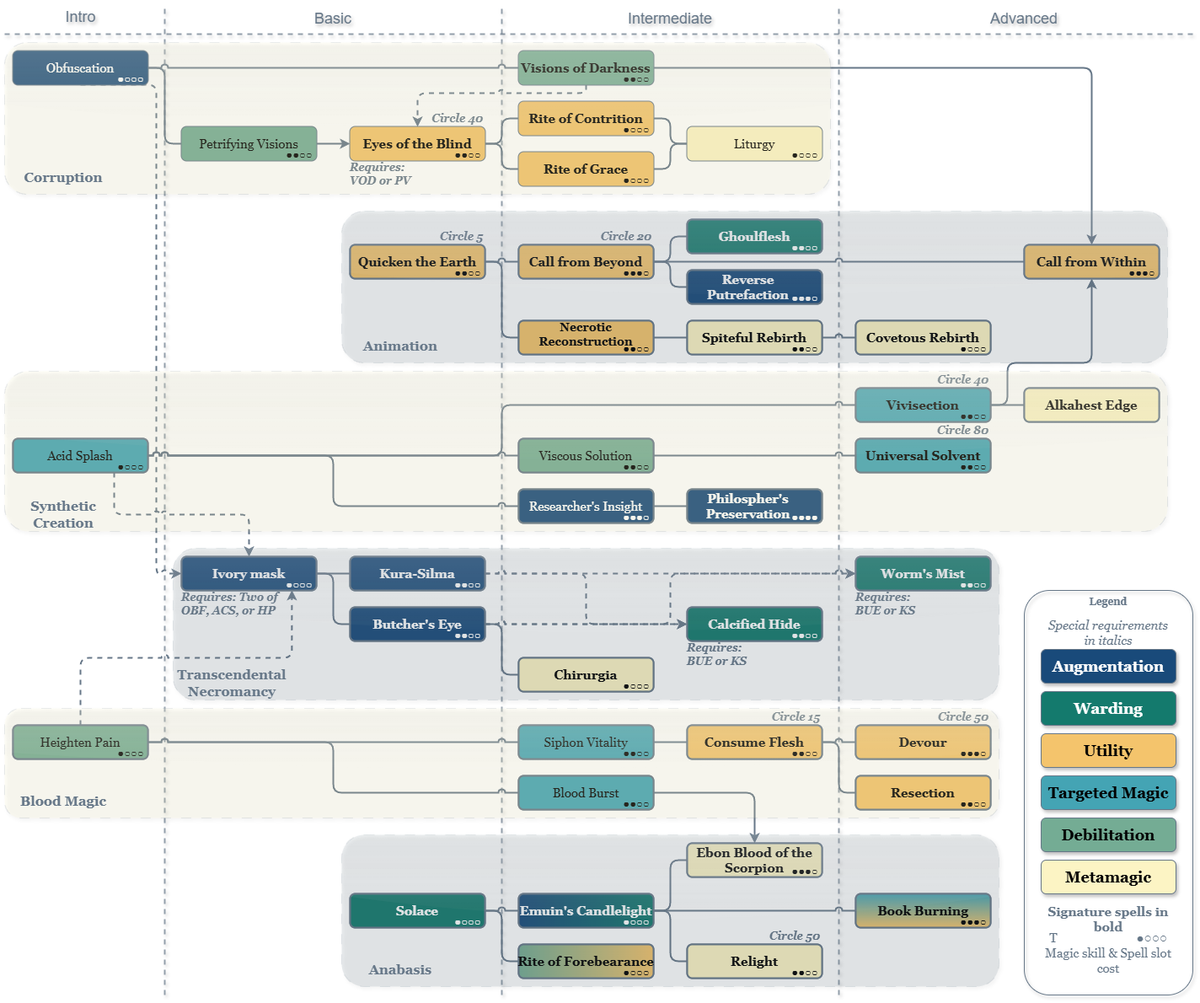
Above: Necromancer/Necromancer_RC13.png in hat071af/dr-spell-trees (draw.io), before the change. Source tidied: cells renumbered, new cells last; positions are measured from the earlier drawing's top-left corner, leaving out a move shared by most shapes.
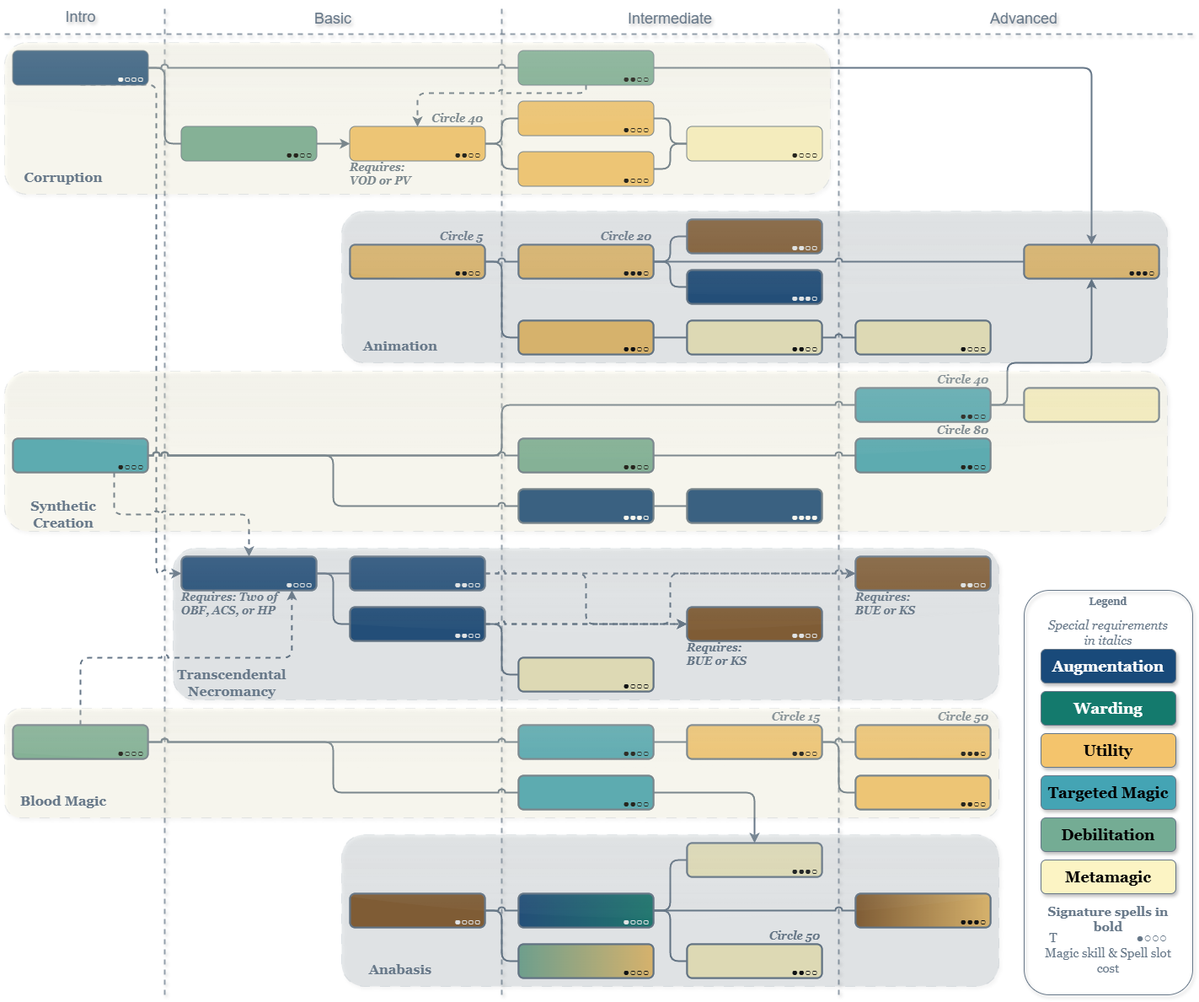
The same diagram one commit later.

What changed in the source:
```diff
@@ -359,7 +359,7 @@
     <mxCell id="112" style="rounded=1;whiteSpace=wrap;strokeWidth=2;strokeColor=none;textShadow=1;labelBackgroundColor=none;fillColor=#FCF4C4;shadow=0;" parent="105" vertex="1">
       <mxGeometry x="810" y="150" width="160" height="40" as="geometry" />
     </mxCell>
-    <mxCell id="113" style="rounded=1;whiteSpace=wrap;strokeWidth=2;strokeColor=#667788;textShadow=1;labelBackgroundColor=none;fillColor=#147A6D;" parent="105" vertex="1">
+    <mxCell id="113" style="rounded=1;whiteSpace=wrap;strokeWidth=2;strokeColor=#667788;textShadow=1;labelBackgroundColor=none;fillColor=#895b29;" parent="105" vertex="1">
       <mxGeometry x="810" y="260" width="160" height="40" as="geometry" />
     </mxCell>
     <mxCell id="114" style="rounded=1;whiteSpace=wrap;strokeWidth=2;strokeColor=#667788;textShadow=1;labelBackgroundColor=none;fillColor=#194A7A;" parent="105" vertex="1">
@@ -404,7 +404,7 @@
     <mxCell id="127" style="rounded=1;whiteSpace=wrap;strokeWidth=2;strokeColor=#667788;textShadow=1;labelBackgroundColor=none;fillColor=#44A4B4;" parent="105" vertex="1">
       <mxGeometry x="10" y="520" width="160" height="40" as="geometry" />
     </mxCell>
-    <mxCell id="128" style="rounded=1;whiteSpace=wrap;strokeWidth=2;strokeColor=#667788;textShadow=1;labelBackgroundColor=none;fillColor=#147A6D;" parent="105" vertex="1">
+    <mxCell id="128" style="rounded=1;whiteSpace=wrap;strokeWidth=2;strokeColor=#667788;textShadow=1;labelBackgroundColor=none;fillColor=#895b29;" parent="105" vertex="1">
       <mxGeometry x="1010" y="660" width="160" height="40" as="geometry" />
     </mxCell>
     <mxCell id="129" style="rounded=1;whiteSpace=wrap;strokeWidth=2;strokeColor=#667788;textShadow=1;labelBackgroundColor=none;fillColor=#194A7A;" parent="105" vertex="1">
@@ -416,7 +416,7 @@
     <mxCell id="131" style="rounded=1;whiteSpace=wrap;strokeWidth=2;strokeColor=#667788;textShadow=1;labelBackgroundColor=none;fillColor=#194A7A;" parent="105" vertex="1">
       <mxGeometry x="410" y="720" width="160" height="40" as="geometry" />
     </mxCell>
-    <mxCell id="132" style="rounded=1;whiteSpace=wrap;strokeWidth=2;strokeColor=#667788;textShadow=1;labelBackgroundColor=none;fillColor=#147A6D;" parent="105" vertex="1">
+    <mxCell id="132" style="rounded=1;whiteSpace=wrap;strokeWidth=2;strokeColor=#667788;textShadow=1;labelBackgroundColor=none;fillColor=#895b29;" parent="105" vertex="1">
       <mxGeometry x="810" y="720" width="160" height="40" as="geometry" />
     </mxCell>
     <mxCell id="133" style="rounded=1;whiteSpace=wrap;strokeWidth=2;strokeColor=#667788;textShadow=1;labelBackgroundColor=none;fillColor=#FCF4C4;" parent="105" vertex="1">
@@ -446,7 +446,7 @@
     <mxCell id="141" style="rounded=1;whiteSpace=wrap;strokeWidth=2;strokeColor=#667788;textShadow=1;labelBackgroundColor=none;fillColor=#194A7A;gradientColor=#147A6D;gradientDirection=east;" parent="105" vertex="1">
       <mxGeometry x="610" y="1060" width="160" height="40" as="geometry" />
     </mxCell>
-    <mxCell id="142" style="rounded=1;whiteSpace=wrap;strokeWidth=2;strokeColor=#667788;textShadow=1;labelBackgroundColor=none;fillColor=#147A6D;" parent="105" vertex="1">
+    <mxCell id="142" style="rounded=1;whiteSpace=wrap;strokeWidth=2;strokeColor=#667788;textShadow=1;labelBackgroundColor=none;fillColor=#895b29;" parent="105" vertex="1">
       <mxGeometry x="410" y="1060" width="160" height="40" as="geometry" />
     </mxCell>
     <mxCell id="143" style="rounded=1;whiteSpace=wrap;strokeWidth=2;strokeColor=#667788;textShadow=1;labelBackgroundColor=none;fillColor=#FCF4C4;" parent="105" vertex="1">
@@ -455,130 +455,9 @@
     <mxCell id="144" style="rounded=1;whiteSpace=wrap;strokeWidth=2;strokeColor=#667788;textShadow=1;labelBackgroundColor=none;fillColor=#74AC94;gradientColor=#F4C46C;gradientDirection=east;" parent="105" vertex="1">
       <mxGeometry x="610" y="1120" width="160" height="40" as="geometry" />
     </mxCell>
-    <mxCell id="145" style="rounded=1;whiteSpace=wrap;strokeWidth=2;strokeColor=#667788;textShadow=1;labelBackgroundColor=none;fillColor=#44A4B4;gradientColor=#F4C46C;" parent="105" vertex="1">
+    <mxCell id="145" style="rounded=1;whiteSpace=wrap;strokeWidth=2;strokeColor=#667788;textShadow=1;labelBackgroundColor=none;fillColor=#895b29;gradientColor=#F4C46C;gradientDirection=east;" parent="105" vertex="1">
       <mxGeometry x="1010" y="1060" width="160" height="40" as="geometry" />
     </mxCell>
-    <mxCell id="146" value="Spell name text" parent="0" />
-    <mxCell id="147" value="Obfuscation" style="text;align=center;verticalAlign=middle;whiteSpace=wrap;rounded=0;fontFamily=Georgia;fontSize=15;fontColor=#FFFFFF;labelBackgroundColor=none;fillColor=none;" parent="146" vertex="1">
-      <mxGeometry x="10" y="60" width="160" height="40" as="geometry" />
-    </mxCell>
-    <mxCell id="148" value="Petrifying Visions" style="text;align=center;verticalAlign=middle;whiteSpace=wrap;rounded=0;fontFamily=Georgia;fontSize=15;fontColor=#000000;labelBackgroundColor=none;fillColor=none;" parent="146" vertex="1">
-      <mxGeometry x="210" y="150" width="160" height="40" as="geometry" />
-    </mxCell>
-    <mxCell id="149" value="Eyes of the Blind" style="text;align=center;verticalAlign=middle;whiteSpace=wrap;rounded=0;fontFamily=Georgia;fontSize=15;fontColor=#000000;labelBackgroundColor=none;fontStyle=1;fillColor=none;" parent="146" vertex="1">
-      <mxGeometry x="410" y="150" width="160" height="40" as="geometry" />
-    </mxCell>
-    <mxCell id="150" value="Visions of Darkness" style="text;align=center;verticalAlign=middle;whiteSpace=wrap;rounded=0;fontFamily=Georgia;fontSize=15;fontColor=#000000;labelBackgroundColor=none;fontStyle=1;fillColor=none;" parent="146" vertex="1">
-      <mxGeometry x="610" y="60" width="160" height="40" as="geometry" />
-    </mxCell>
-    <mxCell id="151" value="Rite of Contrition" style="text;align=center;verticalAlign=middle;whiteSpace=wrap;rounded=0;fontFamily=Georgia;fontSize=15;fontColor=#000000;labelBackgroundColor=none;fontStyle=1;fillColor=none;" parent="146" vertex="1">
-      <mxGeometry x="610" y="120" width="160" height="40" as="geometry" />
-    </mxCell>
-    <mxCell id="152" value="Rite of Grace" style="text;align=center;verticalAlign=middle;whiteSpace=wrap;rounded=0;fontFamily=Georgia;fontSize=15;fontColor=#000000;labelBackgroundColor=none;fontStyle=1;fillColor=none;" parent="146" vertex="1">
-      <mxGeometry x="610" y="180" width="160" height="40" as="geometry" />
-    </mxCell>
-    <mxCell id="153" value="Liturgy" style="text;align=center;verticalAlign=middle;whiteSpace=wrap;rounded=0;fontFamily=Georgia;fontSize=15;fontColor=#000000;labelBackgroundColor=none;fillColor=none;" parent="146" vertex="1">
-      <mxGeometry x="810" y="150" width="160" height="40" as="geometry" />
-    </mxCell>
-    <mxCell id="154" value="Quicken the Earth" style="text;align=center;verticalAlign=middle;whiteSpace=wrap;rounded=0;fontFamily=Georgia;fontSize=15;fontColor=#000000;labelBackgroundColor=none;fontStyle=1;fillColor=none;" parent="146" vertex="1">
-      <mxGeometry x="410" y="290" width="160" height="40" as="geometry" />
-    </mxCell>
-    <mxCell id="155" value="Call from Beyond" style="text;align=center;verticalAlign=middle;whiteSpace=wrap;rounded=0;fontFamily=Georgia;fontSize=15;fontColor=#000000;labelBackgroundColor=none;fontStyle=1;fillColor=none;" parent="146" vertex="1">
-      <mxGeometry x="610" y="290" width="160" height="40" as="geometry" />
-    </mxCell>
-    <mxCell id="156" value="Ghoulflesh" style="text;align=center;verticalAlign=middle;whiteSpace=wrap;rounded=0;fontFamily=Georgia;fontSize=15;fontColor=#FFFFFF;labelBackgroundColor=none;fontStyle=1;fillColor=none;" parent="146" vertex="1">
-      <mxGeometry x="810" y="260" width="160" height="40" as="geometry" />
-    </mxCell>
-    <mxCell id="157" value="Necrotic Reconstruction" style="text;align=center;verticalAlign=middle;whiteSpace=wrap;rounded=0;fontFamily=Georgia;fontSize=14;fontColor=#000000;labelBackgroundColor=none;fontStyle=1;spacing=0;spacingBottom=8;fillColor=none;" parent="146" vertex="1">
-      <mxGeometry x="610" y="380" width="160" height="40" as="geometry" />
-    </mxCell>
-    <mxCell id="158" value="Reverse Putrefaction" style="text;align=center;verticalAlign=middle;whiteSpace=wrap;rounded=0;fontFamily=Georgia;fontSize=15;fontColor=#FFFFFF;labelBackgroundColor=none;fontStyle=1;fillColor=none;spacing=0;spacingBottom=0;spacingTop=0;spacingRight=15;" parent="146" vertex="1">
-      <mxGeometry x="810" y="320" width="160" height="40" as="geometry" />
-    </mxCell>
-    <mxCell id="159" value="Spiteful Rebirth" style="text;align=center;verticalAlign=middle;whiteSpace=wrap;rounded=0;fontFamily=Georgia;fontSize=15;fontColor=#000000;labelBackgroundColor=none;fontStyle=1;fillColor=none;" parent="146" vertex="1">
-      <mxGeometry x="810" y="380" width="160" height="40" as="geometry" />
-    </mxCell>
-    <mxCell id="160" value="Covetous Rebirth" style="text;align=center;verticalAlign=middle;whiteSpace=wrap;rounded=0;fontFamily=Georgia;fontSize=15;fontColor=#000000;labelBackgroundColor=none;fontStyle=1;fillColor=none;" parent="146" vertex="1">
-      <mxGeometry x="1010" y="380" width="160" height="40" as="geometry" />
-    </mxCell>
-    <mxCell id="161" value="Call from Within" style="text;align=center;verticalAlign=middle;whiteSpace=wrap;rounded=0;fontFamily=Georgia;fontSize=15;fontColor=#000000;labelBackgroundColor=none;fontStyle=1;fillColor=none;" parent="146" vertex="1">
-      <mxGeometry x="1210" y="290" width="160" height="40" as="geometry" />
-    </mxCell>
-    <mxCell id="162" value="Alkahest Edge" style="text;align=center;verticalAlign=middle;whiteSpace=wrap;rounded=0;fontFamily=Georgia;fontSize=15;fontColor=#000000;labelBackgroundColor=none;fontStyle=1;fillColor=none;" parent="146" vertex="1">
-      <mxGeometry x="1210" y="460" width="160" height="40" as="geometry" />
-    </mxCell>
-    <mxCell id="163" value="Vivisection" style="text;align=center;verticalAlign=middle;whiteSpace=wrap;rounded=0;fontFamily=Georgia;fontSize=15;fontColor=#000000;labelBackgroundColor=none;fontStyle=1;fillColor=none;" parent="146" vertex="1">
-      <mxGeometry x="1010" y="460" width="160" height="40" as="geometry" />
-    </mxCell>
-    <mxCell id="164" value="Universal Solvent" style="text;align=center;verticalAlign=middle;whiteSpace=wrap;rounded=0;fontFamily=Georgia;fontSize=15;fontColor=#000000;labelBackgroundColor=none;fontStyle=1;fillColor=none;" parent="146" vertex="1">
-      <mxGeometry x="1010" y="520" width="160" height="40" as="geometry" />
-    </mxCell>
-    <mxCell id="165" value="Philospher's Preservation" style="text;align=center;verticalAlign=middle;whiteSpace=wrap;rounded=0;fontFamily=Georgia;fontSize=15;fontColor=#FFFFFF;labelBackgroundColor=none;fontStyle=1;fillColor=none;spacing=0;spacingRight=15;" parent="146" vertex="1">
-      <mxGeometry x="810" y="580" width="160" height="40" as="geometry" />
-    </mxCell>
-    <mxCell id="166" value="Viscous Solution" style="text;align=center;verticalAlign=middle;whiteSpace=wrap;rounded=0;fontFamily=Georgia;fontSize=15;fontColor=#000000;labelBackgroundColor=none;fillColor=none;" parent="146" vertex="1">
-      <mxGeometry x="610" y="520" width="160" height="40" as="geometry" />
-    </mxCell>
-    <mxCell id="167" value="Researcher's Insight" style="text;align=center;verticalAlign=middle;whiteSpace=wrap;rounded=0;fontFamily=Georgia;fontSize=15;fontColor=#FFFFFF;labelBackgroundColor=none;fillColor=none;" parent="146" vertex="1">
-      <mxGeometry x="610" y="580" width="160" height="40" as="geometry" />
-    </mxCell>
-    <mxCell id="168" value="Acid Splash" style="text;align=center;verticalAlign=middle;whiteSpace=wrap;rounded=0;fontFamily=Georgia;fontSize=15;fontColor=#000000;labelBackgroundColor=none;fillColor=none;" parent="146" vertex="1">
-      <mxGeometry x="10" y="520" width="160" height="40" as="geometry" />
-    </mxCell>
-    <mxCell id="169" value="Ivory mask" style="text;align=center;verticalAlign=middle;whiteSpace=wrap;rounded=0;fontFamily=Georgia;fontSize=15;fontColor=#FFFFFF;labelBackgroundColor=none;fontStyle=1;fillColor=none;" parent="146" vertex="1">
-      <mxGeometry x="210" y="660" width="160" height="40" as="geometry" />
-    </mxCell>
-    <mxCell id="170" value="Kura-Silma" style="text;align=center;verticalAlign=middle;whiteSpace=wrap;rounded=0;fontFamily=Georgia;fontSize=15;fontColor=#FFFFFF;labelBackgroundColor=none;fontStyle=1;fillColor=none;" parent="146" vertex="1">
-      <mxGeometry x="410" y="660" width="160" height="40" as="geometry" />
-    </mxCell>
-    <mxCell id="171" value="Worm's Mist" style="text;align=center;verticalAlign=middle;whiteSpace=wrap;rounded=0;fontFamily=Georgia;fontSize=15;fontColor=#FFFFFF;labelBackgroundColor=none;fontStyle=1;fillColor=none;" parent="146" vertex="1">
-      <mxGeometry x="1010" y="660" width="160" height="40" as="geometry" />
-    </mxCell>
-    <mxCell id="172" value="Butcher's Eye" style="text;align=center;verticalAlign=middle;whiteSpace=wrap;rounded=0;fontFamily=Georgia;fontSize=15;fontColor=#FFFFFF;labelBackgroundColor=none;fontStyle=1;fillColor=none;" parent="146" vertex="1">
-      <mxGeometry x="410" y="720" width="160" height="40" as="geometry" />
-    </mxCell>
-    <mxCell id="173" value="Siphon Vitality" style="text;align=center;verticalAlign=middle;whiteSpace=wrap;rounded=0;fontFamily=Georgia;fontSize=15;fontColor=#000000;labelBackgroundColor=none;fillColor=none;" parent="146" vertex="1">
-      <mxGeometry x="610" y="860" width="160" height="40" as="geometry" />
-    </mxCell>
-    <mxCell id="174" value="Chirurgia" style="text;align=center;verticalAlign=middle;whiteSpace=wrap;rounded=0;fontFamily=Georgia;fontSize=15;fontColor=#000000;labelBackgroundColor=none;fontStyle=1;fillColor=none;" parent="146" vertex="1">
-      <mxGeometry x="610" y="780" width="160" height="40" as="geometry" />
-    </mxCell>
-    <mxCell id="175" value="Calcified Hide" style="text;align=center;verticalAlign=middle;whiteSpace=wrap;rounded=0;fontFamily=Georgia;fontSize=15;fontColor=#FFFFFF;labelBackgroundColor=none;fontStyle=1;fillColor=none;" parent="146" vertex="1">
-      <mxGeometry x="810" y="720" width="160" height="40" as="geometry" />
-    </mxCell>
-    <mxCell id="176" value="Consume Flesh" style="text;align=center;verticalAlign=middle;whiteSpace=wrap;rounded=0;fontFamily=Georgia;fontSize=15;fontColor=#000000;labelBackgroundColor=none;fontStyle=1;fillColor=none;" parent="146" vertex="1">
-      <mxGeometry x="810" y="860" width="160" height="40" as="geometry" />
-    </mxCell>
-    <mxCell id="177" value="Devour" style="text;align=center;verticalAlign=middle;whiteSpace=wrap;rounded=0;fontFamily=Georgia;fontSize=15;fontColor=#000000;labelBackgroundColor=none;fontStyle=1;fillColor=none;" parent="146" vertex="1">
-      <mxGeometry x="1010" y="860" width="160" height="40" as="geometry" />
-    </mxCell>
-    <mxCell id="178" value="Heighten Pain" style="text;align=center;verticalAlign=middle;whiteSpace=wrap;rounded=0;fontFamily=Georgia;fontSize=15;fontColor=#000000;labelBackgroundColor=none;fillColor=none;" parent="146" vertex="1">
-      <mxGeometry x="10" y="860" width="160" height="40" as="geometry" />
-    </mxCell>
-    <mxCell id="179" value="Solace" style="text;align=center;verticalAlign=middle;whiteSpace=wrap;rounded=0;fontFamily=Georgia;fontSize=15;fontColor=#FFFFFF;labelBackgroundColor=none;fontStyle=1;fillColor=none;" parent="146" vertex="1">
-      <mxGeometry x="410" y="1060" width="160" height="40" as="geometry" />
-    </mxCell>
-    <mxCell id="180" value="Emuin's Candlelight" style="text;align=center;verticalAlign=middle;whiteSpace=wrap;rounded=0;fontFamily=Georgia;fontSize=15;fontColor=#FFFFFF;labelBackgroundColor=none;fontStyle=1;fillColor=none;gradientColor=#147A6D;gradientDirection=east;" parent="146" vertex="1">
-      <mxGeometry x="610" y="1060" width="160" height="40" as="geometry" />
-    </mxCell>
-    <mxCell id="181" value="Relight" style="text;align=center;verticalAlign=middle;whiteSpace=wrap;rounded=0;fontFamily=Georgia;fontSize=15;fontColor=#000000;labelBackgroundColor=none;fontStyle=1;fillColor=none;" parent="146" vertex="1">
-      <mxGeometry x="810" y="1120" width="160" height="40" as="geometry" />
-    </mxCell>
-    <mxCell id="182" value="Book Burning" style="text;align=center;verticalAlign=middle;whiteSpace=wrap;rounded=0;fontFamily=Georgia;fontSize=15;fontColor=#000000;labelBackgroundColor=none;fontStyle=1;fillColor=none;gradientColor=#F4C46C;gradientDirection=east;" parent="146" vertex="1">
-      <mxGeometry x="1010" y="1060" width="160" height="40" as="geometry" />
-    </mxCell>
-    <mxCell id="183" value="Resection" style="text;align=center;verticalAlign=middle;whiteSpace=wrap;rounded=0;fontFamily=Georgia;fontSize=15;fontColor=#000000;labelBackgroundColor=none;fontStyle=1;fillColor=none;" parent="146" vertex="1">
-      <mxGeometry x="1010" y="920" width="160" height="40" as="geometry" />
-    </mxCell>
-    <mxCell id="184" value="Ebon Blood of the Scorpion" style="text;align=center;verticalAlign=middle;whiteSpace=wrap;rounded=0;fontFamily=Georgia;fontSize=15;fontColor=#000000;labelBackgroundColor=none;fontStyle=1;fillColor=none;" parent="146" vertex="1">
-      <mxGeometry x="810" y="1000" width="160" height="40" as="geometry" />
-    </mxCell>
-    <mxCell id="185" value="Rite of Forebearance" style="text;align=center;verticalAlign=middle;whiteSpace=wrap;rounded=0;fontFamily=Georgia;fontSize=15;fontColor=#000000;labelBackgroundColor=none;fontStyle=1;spacing=0;fillColor=none;gradientColor=#F4C46C;gradientDirection=east;" parent="146" vertex="1">
-      <mxGeometry x="610" y="1120" width="160" height="40" as="geometry" />
-    </mxCell>
-    <mxCell id="186" value="Blood Burst" style="text;align=center;verticalAlign=middle;whiteSpace=wrap;rounded=0;fontFamily=Georgia;fontSize=15;fontColor=#000000;labelBackgroundColor=none;fillColor=none;" parent="146" vertex="1">
-      <mxGeometry x="610" y="920" width="160" height="40" as="geometry" />
-    </mxCell>
     <mxCell id="187" value="Spell cost bubbles text" parent="0" />
     <mxCell id="188" value="●○○○" style="text;align=center;verticalAlign=middle;rounded=0;fontFamily=Helvetica;fontSize=13;fontColor=#FFFFFF;labelBackgroundColor=none;spacing=0;spacingTop=0;spacingBottom=-5;fillColor=none;" parent="187" vertex="1">
       <mxGeometry x="130" y="80" width="40" height="20" as="geometry" />
```
